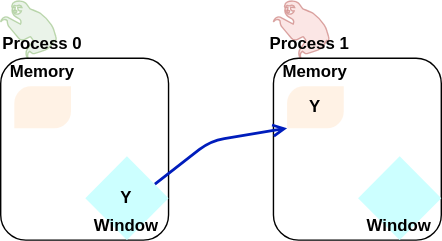
This is content/img/steve-alice_step3.svg from ENCCS/intermediate-mpi, a draw.io export, as it was before one commit. Source tidied: cells renumbered, new cells last; positions are measured from the earlier drawing's top-left corner, leaving out a move shared by most shapes. Source of this version:
```xml
<mxGraphModel>
  <root>
    <mxCell id="0" />
    <mxCell id="1" parent="0" />
    <mxCell id="2" style="shape=mxgraph.signs.animals.sloth;html=1;fillColor=#d5e8d4;strokeColor=#82b366;verticalLabelPosition=bottom;verticalAlign=top;align=center;opacity=50;" parent="1" vertex="1">
      <mxGeometry width="40" height="41" as="geometry" />
    </mxCell>
    <mxCell id="3" style="shape=mxgraph.signs.animals.sloth;html=1;fillColor=#f8cecc;strokeColor=#b85450;verticalLabelPosition=bottom;verticalAlign=top;align=center;opacity=50;" parent="1" vertex="1">
      <mxGeometry x="195" width="40" height="41" as="geometry" />
    </mxCell>
    <mxCell id="4" style="rounded=1;whiteSpace=wrap;html=1;" parent="1" vertex="1">
      <mxGeometry y="41" width="120" height="130" as="geometry" />
    </mxCell>
    <mxCell id="5" style="rounded=1;whiteSpace=wrap;html=1;" parent="1" vertex="1">
      <mxGeometry x="195" y="41" width="120" height="130" as="geometry" />
    </mxCell>
    <mxCell id="6" value="&lt;b&gt;Process 0&lt;/b&gt;" style="text;html=1;strokeColor=none;fillColor=none;align=center;verticalAlign=middle;whiteSpace=wrap;rounded=0;" parent="1" vertex="1">
      <mxGeometry y="21" width="60" height="20" as="geometry" />
    </mxCell>
    <mxCell id="7" value="&lt;b&gt;Process 1&lt;/b&gt;" style="text;html=1;strokeColor=none;fillColor=none;align=center;verticalAlign=middle;whiteSpace=wrap;rounded=0;" parent="1" vertex="1">
      <mxGeometry x="190.5" y="21" width="60" height="20" as="geometry" />
    </mxCell>
    <mxCell id="8" value="&lt;b&gt;Memory&lt;/b&gt;" style="text;html=1;strokeColor=none;fillColor=none;align=center;verticalAlign=middle;whiteSpace=wrap;rounded=0;" parent="1" vertex="1">
      <mxGeometry y="41" width="60" height="20" as="geometry" />
    </mxCell>
    <mxCell id="9" value="&lt;b&gt;Memory&lt;/b&gt;" style="text;html=1;strokeColor=none;fillColor=none;align=center;verticalAlign=middle;whiteSpace=wrap;rounded=0;" parent="1" vertex="1">
      <mxGeometry x="195" y="41" width="60" height="20" as="geometry" />
    </mxCell>
    <mxCell id="10" style="rhombus;whiteSpace=wrap;html=1;fillColor=#CCFFFF;strokeColor=none;shadow=0;" parent="1" vertex="1">
      <mxGeometry x="60.5" y="111" width="59.5" height="60" as="geometry" />
    </mxCell>
    <mxCell id="11" value="&lt;b&gt;Window&lt;/b&gt;" style="text;html=1;strokeColor=none;fillColor=none;align=center;verticalAlign=middle;whiteSpace=wrap;rounded=0;shadow=0;" parent="1" vertex="1">
      <mxGeometry x="65.2" y="151" width="50" height="20" as="geometry" />
    </mxCell>
    <mxCell id="12" style="rhombus;whiteSpace=wrap;html=1;fillColor=#CCFFFF;strokeColor=none;shadow=0;" parent="1" vertex="1">
      <mxGeometry x="255.5" y="111" width="59.5" height="60" as="geometry" />
    </mxCell>
    <mxCell id="13" value="&lt;b&gt;Window&lt;/b&gt;" style="text;html=1;strokeColor=none;fillColor=none;align=center;verticalAlign=middle;whiteSpace=wrap;rounded=0;shadow=0;" parent="1" vertex="1">
      <mxGeometry x="260.2" y="156" width="50" height="10" as="geometry" />
    </mxCell>
    <mxCell id="14" style="verticalLabelPosition=bottom;verticalAlign=top;html=1;shape=mxgraph.basic.diag_round_rect;dx=6;shadow=0;strokeColor=none;fillColor=#FFE6CC;opacity=50;" parent="1" vertex="1">
      <mxGeometry x="9.8" y="61" width="40.5" height="30" as="geometry" />
    </mxCell>
    <mxCell id="15" style="verticalLabelPosition=bottom;verticalAlign=top;html=1;shape=mxgraph.basic.diag_round_rect;dx=6;shadow=0;strokeColor=none;fillColor=#FFE6CC;opacity=50;fontFamily=Helvetica;" parent="1" vertex="1">
      <mxGeometry x="204.8" y="61" width="40.5" height="30" as="geometry" />
    </mxCell>
    <mxCell id="16" value="&lt;p&gt;&lt;b&gt;Y&lt;/b&gt;&lt;/p&gt;" style="text;html=1;strokeColor=none;fillColor=none;align=center;verticalAlign=middle;whiteSpace=wrap;rounded=0;shadow=0;fontFamily=Helvetica;opacity=50;" parent="1" vertex="1">
      <mxGeometry x="70.2" y="131" width="40" height="20" as="geometry" />
    </mxCell>
    <mxCell id="17" style="endArrow=open;html=1;exitX=1;exitY=0;exitDx=0;exitDy=0;entryX=0;entryY=1;entryDx=0;entryDy=0;strokeColor=#001DBC;fillColor=#0050ef;startArrow=none;startFill=0;endFill=0;strokeWidth=2;entryPerimeter=0;" parent="1" edge="1" source="16" target="15">
      <mxGeometry relative="1" as="geometry">
        <Array as="points">
          <mxPoint x="150" y="100" />
        </Array>
      </mxGeometry>
    </mxCell>
    <mxCell id="18" value="&lt;p&gt;&lt;b&gt;Y&lt;/b&gt;&lt;/p&gt;" style="text;html=1;strokeColor=none;fillColor=none;align=center;verticalAlign=middle;whiteSpace=wrap;rounded=0;shadow=0;fontFamily=Helvetica;opacity=50;" parent="1" vertex="1">
      <mxGeometry x="204.8" y="66" width="40" height="20" as="geometry" />
    </mxCell>
  </root>
</mxGraphModel>
```
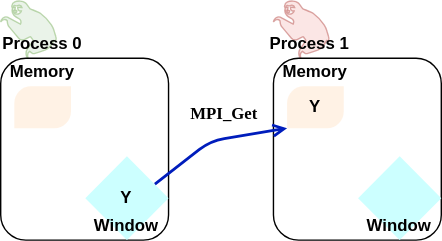
After the commit.

The edit, as a diff of the source:
```diff
@@ -57,5 +57,8 @@
     <mxCell id="18" value="&lt;p&gt;&lt;b&gt;Y&lt;/b&gt;&lt;/p&gt;" style="text;html=1;strokeColor=none;fillColor=none;align=center;verticalAlign=middle;whiteSpace=wrap;rounded=0;shadow=0;fontFamily=Helvetica;opacity=50;" parent="1" vertex="1">
       <mxGeometry x="204.8" y="66" width="40" height="20" as="geometry" />
     </mxCell>
+    <mxCell id="19" value="&lt;font face=&quot;Fira Code&quot;&gt;&lt;b&gt;MPI_Get&lt;/b&gt;&lt;/font&gt;" style="text;html=1;strokeColor=none;fillColor=none;align=center;verticalAlign=middle;whiteSpace=wrap;rounded=0;shadow=0;fontFamily=Helvetica;opacity=50;" parent="1" vertex="1">
+      <mxGeometry x="140" y="71" width="40" height="20" as="geometry" />
+    </mxCell>
   </root>
 </mxGraphModel>
```
